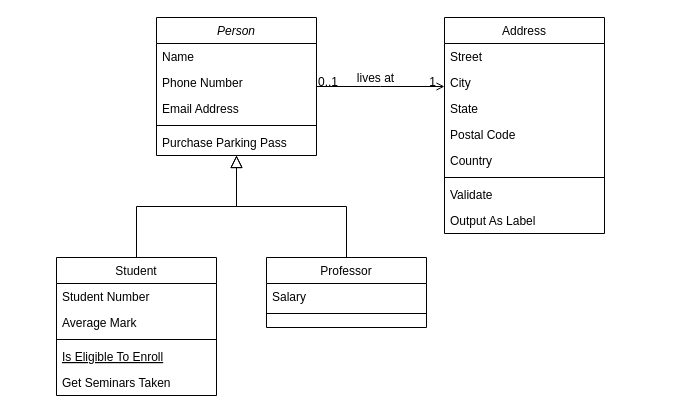
LucasBois1/MagentaSportwear keeps this draw.io diagram as Untitled Diagram.drawio. Above is the earlier version. Source tidied: cells renumbered, new cells numbered last; positions are measured from the earlier drawing's top-left corner, leaving out a move shared by most shapes. Both pictures are drawn from the tidied source at 100%, with x=0, y=0 at pixel (56, 17).
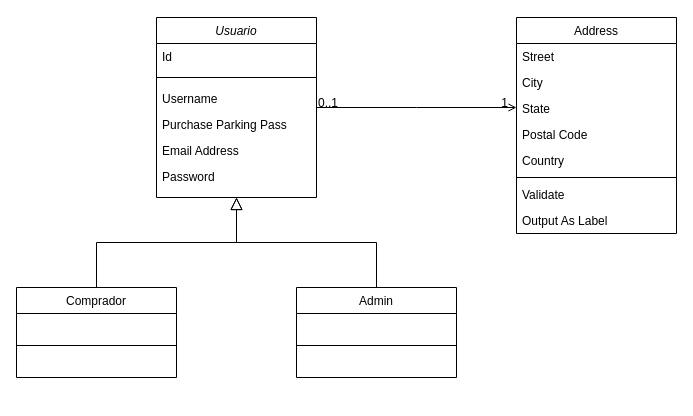
The same page after the edit.

Unchanged cells that the change refers to:
```xml
<mxCell id="28" style="endArrow=open;shadow=0;strokeWidth=1;rounded=0;endFill=1;edgeStyle=elbowEdgeStyle;elbow=vertical;" parent="1" edge="1" source="2" target="19">
  <mxGeometry x="0.5" y="41" relative="1" as="geometry">
    <mxPoint x="-40" y="32" as="offset" />
  </mxGeometry>
</mxCell>
```

Diff of the diagram source:
```diff
@@
-    <mxCell id="2" value="Person" style="swimlane;fontStyle=2;align=center;verticalAlign=top;horizontal=1;startSize=26;rounded=0;shadow=0;strokeWidth=1;" parent="1" vertex="1">
-      <mxGeometry x="100" width="160" height="138" as="geometry" />
+    <mxCell id="2" value="Usuario" style="swimlane;fontStyle=2;align=center;verticalAlign=top;horizontal=1;startSize=26;rounded=0;shadow=0;strokeWidth=1;" parent="1" vertex="1">
+      <mxGeometry x="100" width="160" height="180" as="geometry" />
     </mxCell>
-    <mxCell id="3" value="Name" style="text;align=left;verticalAlign=top;spacingLeft=4;spacingRight=4;overflow=hidden;" parent="2" vertex="1">
-      <mxGeometry y="26" width="160" height="26" as="geometry" />
-    </mxCell>
-    <mxCell id="4" value="Phone Number" style="text;align=left;verticalAlign=top;spacingLeft=4;spacingRight=4;overflow=hidden;rounded=0;shadow=0;html=0;" parent="2" vertex="1">
-      <mxGeometry y="52" width="160" height="26" as="geometry" />
-    </mxCell>
-    <mxCell id="5" value="Email Address" style="text;align=left;verticalAlign=top;spacingLeft=4;spacingRight=4;overflow=hidden;rounded=0;shadow=0;html=0;" parent="2" vertex="1">
-      <mxGeometry y="78" width="160" height="26" as="geometry" />
+    <mxCell id="5" value="Id" style="text;align=left;verticalAlign=top;spacingLeft=4;spacingRight=4;overflow=hidden;rounded=0;shadow=0;html=0;" parent="2" vertex="1">
+      <mxGeometry y="26" width="160" height="26" as="geometry" />
     </mxCell>
     <mxCell id="6" style="line;html=1;strokeWidth=1;align=left;verticalAlign=middle;spacingTop=-1;spacingLeft=3;spacingRight=3;labelPosition=right;" parent="2" vertex="1">
-      <mxGeometry y="104" width="160" height="8" as="geometry" />
+      <mxGeometry y="52" width="160" height="16" as="geometry" />
     </mxCell>
+    <mxCell id="3" value="Username" style="text;align=left;verticalAlign=top;spacingLeft=4;spacingRight=4;overflow=hidden;" parent="2" vertex="1">
+      <mxGeometry y="68" width="160" height="26" as="geometry" />
+    </mxCell>
     <mxCell id="7" value="Purchase Parking Pass" style="text;align=left;verticalAlign=top;spacingLeft=4;spacingRight=4;overflow=hidden;" parent="2" vertex="1">
-      <mxGeometry y="112" width="160" height="26" as="geometry" />
+      <mxGeometry y="94" width="160" height="26" as="geometry" />
     </mxCell>
+    <mxCell id="32" value="Email Address" style="text;align=left;verticalAlign=top;spacingLeft=4;spacingRight=4;overflow=hidden;rounded=0;shadow=0;html=0;" parent="2" vertex="1">
+      <mxGeometry y="120" width="160" height="26" as="geometry" />
+    </mxCell>
+    <mxCell id="4" value="Password&#10;" style="text;align=left;verticalAlign=top;spacingLeft=4;spacingRight=4;overflow=hidden;rounded=0;shadow=0;html=0;" parent="2" vertex="1">
+      <mxGeometry y="146" width="160" height="26" as="geometry" />
+    </mxCell>
-    <mxCell id="8" value="Student" style="swimlane;fontStyle=0;align=center;verticalAlign=top;horizontal=1;startSize=26;rounded=0;shadow=0;strokeWidth=1;" parent="1" vertex="1">
-      <mxGeometry y="240" width="160" height="138" as="geometry" />
+    <mxCell id="8" value="Comprador" style="swimlane;fontStyle=0;align=center;verticalAlign=top;horizontal=1;startSize=26;rounded=0;shadow=0;strokeWidth=1;" parent="1" vertex="1">
+      <mxGeometry x="-40" y="270" width="160" height="90" as="geometry" />
     </mxCell>
-    <mxCell id="9" value="Student Number" style="text;align=left;verticalAlign=top;spacingLeft=4;spacingRight=4;overflow=hidden;" parent="8" vertex="1">
-      <mxGeometry y="26" width="160" height="26" as="geometry" />
-    </mxCell>
-    <mxCell id="10" value="Average Mark" style="text;align=left;verticalAlign=top;spacingLeft=4;spacingRight=4;overflow=hidden;rounded=0;shadow=0;html=0;" parent="8" vertex="1">
-      <mxGeometry y="52" width="160" height="26" as="geometry" />
-    </mxCell>
     <mxCell id="11" style="line;html=1;strokeWidth=1;align=left;verticalAlign=middle;spacingTop=-1;spacingLeft=3;spacingRight=3;labelPosition=right;" parent="8" vertex="1">
-      <mxGeometry y="78" width="160" height="8" as="geometry" />
+      <mxGeometry y="26" width="160" height="64" as="geometry" />
     </mxCell>
-    <mxCell id="12" value="Is Eligible To Enroll" style="text;align=left;verticalAlign=top;spacingLeft=4;spacingRight=4;overflow=hidden;fontStyle=4;" parent="8" vertex="1">
-      <mxGeometry y="86" width="160" height="26" as="geometry" />
-    </mxCell>
-    <mxCell id="13" value="Get Seminars Taken" style="text;align=left;verticalAlign=top;spacingLeft=4;spacingRight=4;overflow=hidden;" parent="8" vertex="1">
-      <mxGeometry y="112" width="160" height="26" as="geometry" />
-    </mxCell>
@@
-    <mxCell id="15" value="Professor" style="swimlane;fontStyle=0;align=center;verticalAlign=top;horizontal=1;startSize=26;rounded=0;shadow=0;strokeWidth=1;" parent="1" vertex="1">
-      <mxGeometry x="210" y="240" width="160" height="70" as="geometry" />
+    <mxCell id="15" value="Admin" style="swimlane;fontStyle=0;align=center;verticalAlign=top;horizontal=1;startSize=26;rounded=0;shadow=0;strokeWidth=1;" parent="1" vertex="1">
+      <mxGeometry x="240" y="270" width="160" height="90" as="geometry" />
     </mxCell>
-    <mxCell id="16" value="Salary" style="text;align=left;verticalAlign=top;spacingLeft=4;spacingRight=4;overflow=hidden;" parent="15" vertex="1">
-      <mxGeometry y="26" width="160" height="26" as="geometry" />
-    </mxCell>
     <mxCell id="17" style="line;html=1;strokeWidth=1;align=left;verticalAlign=middle;spacingTop=-1;spacingLeft=3;spacingRight=3;labelPosition=right;" parent="15" vertex="1">
-      <mxGeometry y="52" width="160" height="8" as="geometry" />
+      <mxGeometry y="26" width="160" height="64" as="geometry" />
     </mxCell>
@@
     <mxCell id="19" value="Address" style="swimlane;fontStyle=0;align=center;verticalAlign=top;horizontal=1;startSize=26;rounded=0;shadow=0;strokeWidth=1;" parent="1" vertex="1">
-      <mxGeometry x="388" width="160" height="216" as="geometry" />
+      <mxGeometry x="460" width="160" height="216" as="geometry" />
     </mxCell>
@@
-    <mxCell id="31" value="lives at" style="text;html=1;align=center;verticalAlign=middle;labelBackgroundColor=none;rounded=0;shadow=0;strokeWidth=1;fontSize=12;" parent="28" vertex="1">
-      <mxGeometry x="0.5" y="49" relative="1" as="geometry">
-        <mxPoint x="-38" y="40" as="offset" />
-      </mxGeometry>
-    </mxCell>
```
